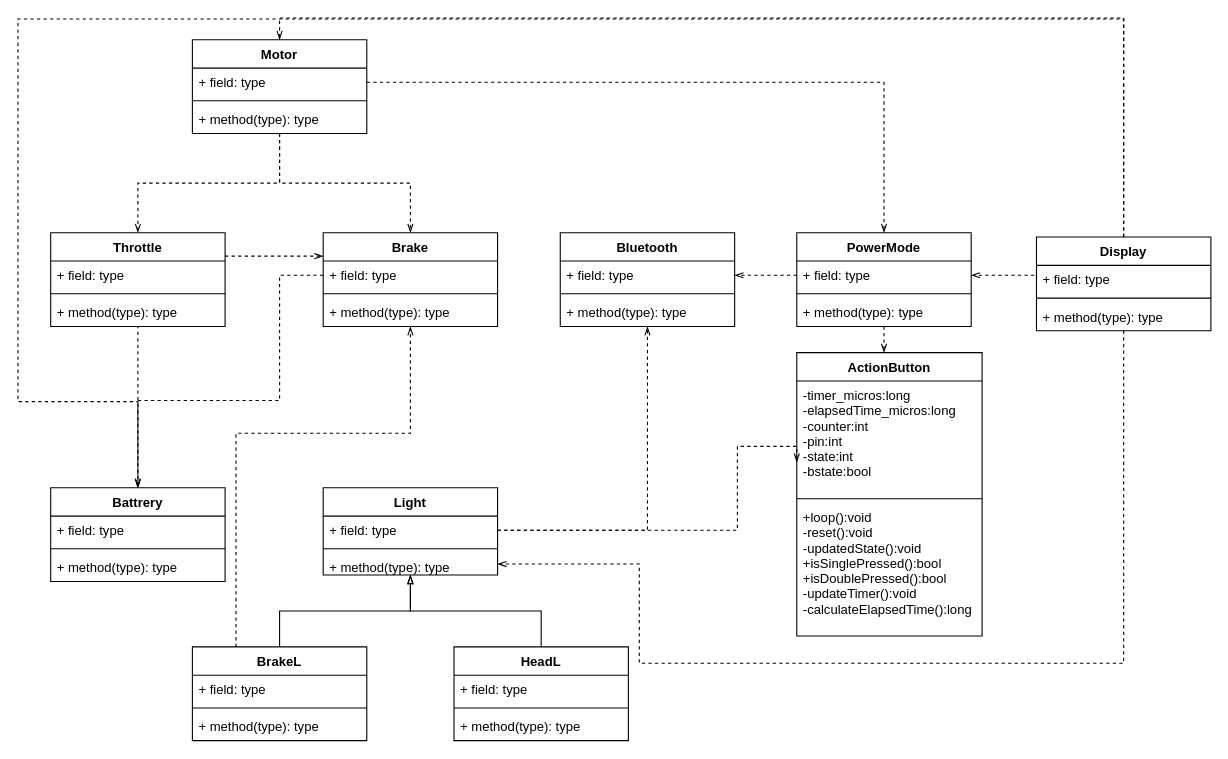
Above: doc/class diagram.drawio in LucasCoraca/M365-Unlocked (draw.io), before the change. Source tidied: cells renumbered, new cells numbered last; positions are measured from the earlier drawing's top-left corner, leaving out a move shared by most shapes. Both pictures are drawn from the tidied source at 109%, with x=0, y=0 at pixel (17, 19).
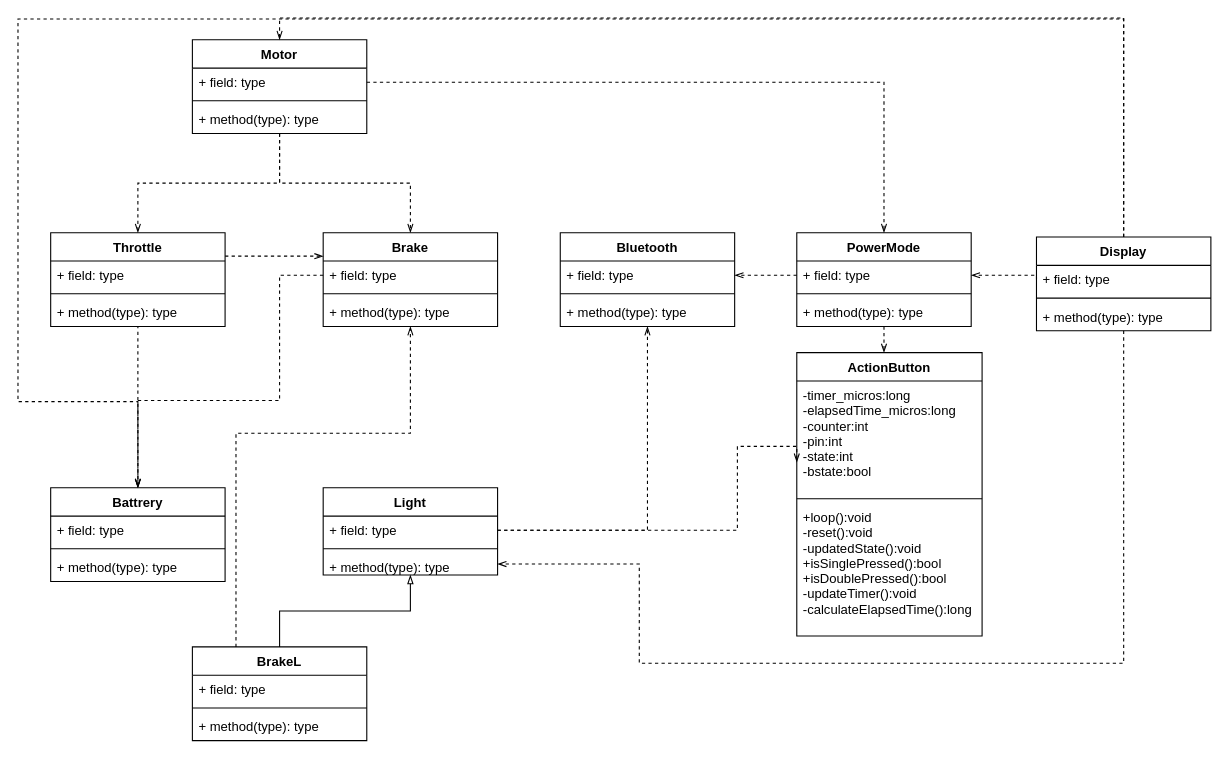
The same diagram, later.

Unchanged cells that the change refers to:
```xml
<mxCell id="24" value="+ method(type): type" style="text;strokeColor=none;fillColor=none;align=left;verticalAlign=top;spacingLeft=4;spacingRight=4;overflow=hidden;points=[[0,0.5],[1,0.5]];portConstraint=eastwest;" parent="21" vertex="1">
  <mxGeometry y="60" width="160" height="20" as="geometry" />
</mxCell>
```

Change to the diagram source:
```diff
@@
-    <mxCell id="31" style="edgeStyle=orthogonalEdgeStyle;rounded=0;jettySize=auto;html=1;exitX=0.5;exitY=0;exitDx=0;exitDy=0;endArrow=blockThin;endFill=0;entryX=0.5;entryY=1;entryDx=0;entryDy=0;entryPerimeter=0;" parent="1" edge="1" source="32" target="24">
-      <mxGeometry relative="1" as="geometry" />
-    </mxCell>
-    <mxCell id="32" value="HeadL" style="swimlane;fontStyle=1;align=center;verticalAlign=top;horizontal=1;startSize=26;" parent="1" vertex="1">
-      <mxGeometry x="400" y="576" width="160" height="86" as="geometry" />
-    </mxCell>
-    <mxCell id="33" value="+ field: type" style="text;strokeColor=none;fillColor=none;align=left;verticalAlign=top;spacingLeft=4;spacingRight=4;overflow=hidden;" parent="32" vertex="1">
-      <mxGeometry y="26" width="160" height="26" as="geometry" />
-    </mxCell>
-    <mxCell id="34" style="line;strokeWidth=1;fillColor=none;align=left;verticalAlign=middle;spacingTop=-1;spacingLeft=3;spacingRight=3;labelPosition=right;" parent="32" vertex="1">
-      <mxGeometry y="52" width="160" height="8" as="geometry" />
-    </mxCell>
-    <mxCell id="35" value="+ method(type): type" style="text;strokeColor=none;fillColor=none;align=left;verticalAlign=top;spacingLeft=4;spacingRight=4;overflow=hidden;" parent="32" vertex="1">
-      <mxGeometry y="60" width="160" height="26" as="geometry" />
-    </mxCell>
```
